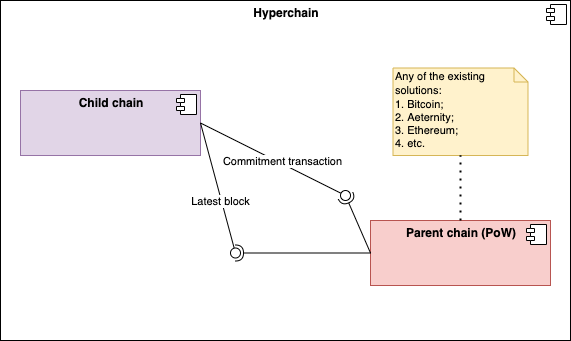
This is images/HyperchainComponent.png from aeternity/hyperchains-whitepaper, a draw.io export, as it was before one commit. Source tidied: cells renumbered, new cells last; positions are measured from the earlier drawing's top-left corner, leaving out a move shared by most shapes.
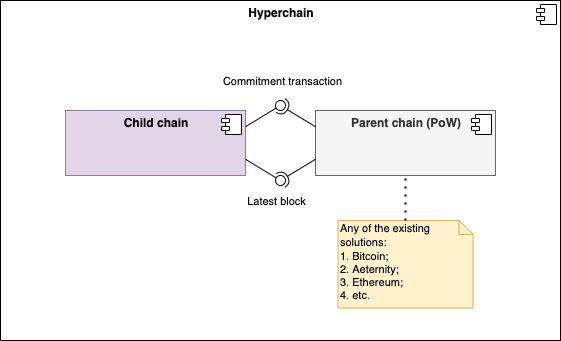
Later version of the same file.

Commit message:
Take into account notice about geometry;

Diff of the diagram source:
```diff
@@ -3,7 +3,7 @@
     <mxCell id="0" />
     <mxCell id="1" parent="0" />
     <mxCell id="2" value="&lt;p style=&quot;margin: 0px ; margin-top: 6px ; text-align: center&quot;&gt;&lt;b&gt;Hyperchain&lt;/b&gt;&lt;/p&gt;" style="align=left;overflow=fill;html=1;" parent="1" vertex="1">
-      <mxGeometry width="570" height="340" as="geometry" />
+      <mxGeometry x="5" y="40" width="560" height="340" as="geometry" />
     </mxCell>
     <mxCell id="3" style="shape=component;jettyWidth=8;jettyHeight=4;" parent="2" vertex="1">
       <mxGeometry x="1" width="20" height="20" relative="1" as="geometry">
@@ -11,50 +11,54 @@
       </mxGeometry>
     </mxCell>
     <mxCell id="4" value="&lt;p style=&quot;margin: 0px ; margin-top: 6px ; text-align: center&quot;&gt;&lt;b&gt;Child chain&lt;/b&gt;&lt;/p&gt;" style="align=left;overflow=fill;html=1;fillColor=#e1d5e7;strokeColor=#9673a6;" parent="1" vertex="1">
-      <mxGeometry x="20" y="90" width="180" height="65" as="geometry" />
+      <mxGeometry x="70" y="150" width="180" height="65" as="geometry" />
     </mxCell>
     <mxCell id="5" style="shape=component;jettyWidth=8;jettyHeight=4;" parent="4" vertex="1">
       <mxGeometry x="1" width="20" height="20" relative="1" as="geometry">
         <mxPoint x="-24" y="4" as="offset" />
       </mxGeometry>
     </mxCell>
-    <mxCell id="6" value="&lt;p style=&quot;margin: 0px ; margin-top: 6px ; text-align: center&quot;&gt;&lt;b&gt;Parent chain (PoW)&lt;/b&gt;&lt;/p&gt;" style="align=left;overflow=fill;html=1;fillColor=#f8cecc;strokeColor=#b85450;" parent="1" vertex="1">
-      <mxGeometry x="370" y="220" width="180" height="65" as="geometry" />
+    <mxCell id="6" value="&lt;p style=&quot;margin: 0px ; margin-top: 6px ; text-align: center&quot;&gt;&lt;b&gt;Parent chain (PoW)&lt;/b&gt;&lt;/p&gt;" style="align=left;overflow=fill;html=1;fillColor=#f5f5f5;strokeColor=#666666;fontColor=#333333;" parent="1" vertex="1">
+      <mxGeometry x="320" y="150" width="180" height="65" as="geometry" />
     </mxCell>
     <mxCell id="7" style="shape=component;jettyWidth=8;jettyHeight=4;" parent="6" vertex="1">
       <mxGeometry x="1" width="20" height="20" relative="1" as="geometry">
         <mxPoint x="-24" y="4" as="offset" />
       </mxGeometry>
     </mxCell>
-    <mxCell id="8" style="rounded=0;jettySize=auto;html=1;endArrow=none;endFill=0;exitX=1;exitY=0.5;exitDx=0;exitDy=0;" parent="1" edge="1" source="4" target="11">
+    <mxCell id="8" style="rounded=0;jettySize=auto;html=1;endArrow=none;endFill=0;exitX=1;exitY=0.25;exitDx=0;exitDy=0;" parent="1" edge="1" source="4" target="11">
       <mxGeometry relative="1" as="geometry" />
     </mxCell>
     <mxCell id="9" value="Commitment transaction" style="edgeLabel;html=1;align=center;verticalAlign=middle;" parent="8" vertex="1">
-      <mxGeometry x="0.14" y="2" relative="1" as="geometry" />
+      <mxGeometry x="0.14" y="2" relative="1" as="geometry">
+        <mxPoint x="19.1" y="-33.2" as="offset" />
+      </mxGeometry>
     </mxCell>
-    <mxCell id="10" style="rounded=0;jettySize=auto;html=1;endArrow=halfCircle;endFill=0;entryX=0.5;entryY=0.5;entryDx=0;entryDy=0;endSize=6;strokeWidth=1;exitX=0;exitY=0.5;exitDx=0;exitDy=0;" parent="1" edge="1" source="6" target="11">
+    <mxCell id="10" style="rounded=0;jettySize=auto;html=1;endArrow=halfCircle;endFill=0;entryX=0.5;entryY=0.5;entryDx=0;entryDy=0;endSize=6;strokeWidth=1;exitX=0;exitY=0.25;exitDx=0;exitDy=0;" parent="1" edge="1" source="6" target="11">
       <mxGeometry relative="1" as="geometry" />
     </mxCell>
     <mxCell id="11" style="ellipse;whiteSpace=wrap;html=1;fontFamily=Helvetica;fontSize=12;fontColor=#000000;align=center;strokeColor=#000000;fillColor=#ffffff;points=[];" parent="1" vertex="1">
-      <mxGeometry x="340" y="190" width="10" height="10" as="geometry" />
+      <mxGeometry x="280" y="140" width="10" height="10" as="geometry" />
     </mxCell>
     <mxCell id="12" value="&lt;div&gt;&lt;span style=&quot;font-size: 11px&quot;&gt;Any of the existing solutions:&lt;/span&gt;&lt;br&gt;&lt;/div&gt;&lt;div&gt;&lt;span style=&quot;font-size: 11px&quot;&gt;1. Bitcoin;&lt;/span&gt;&lt;br&gt;&lt;/div&gt;&lt;font style=&quot;font-size: 11px&quot;&gt;&lt;div&gt;&lt;span&gt;2. Aeternity;&lt;/span&gt;&lt;/div&gt;&lt;div&gt;&lt;span&gt;3. Ethereum;&lt;/span&gt;&lt;/div&gt;&lt;div&gt;&lt;span&gt;4. etc.&lt;/span&gt;&lt;/div&gt;&lt;/font&gt;" style="shape=note;whiteSpace=wrap;html=1;size=14;verticalAlign=top;align=left;spacingTop=-6;fillColor=#fff2cc;strokeColor=#d6b656;" parent="1" vertex="1">
-      <mxGeometry x="392.5" y="67.5" width="135" height="87.5" as="geometry" />
+      <mxGeometry x="342.5" y="260" width="135" height="87.5" as="geometry" />
     </mxCell>
-    <mxCell id="13" style="endArrow=none;dashed=1;html=1;dashPattern=1 3;strokeWidth=2;entryX=0.5;entryY=1;entryDx=0;entryDy=0;entryPerimeter=0;" parent="1" edge="1" source="6" target="12">
-      <mxGeometry relative="1" as="geometry" />
-    </mxCell>
-    <mxCell id="14" style="rounded=0;jettySize=auto;html=1;endArrow=none;endFill=0;exitX=1;exitY=0.5;exitDx=0;exitDy=0;" parent="1" edge="1" source="4" target="17">
+    <mxCell id="14" style="rounded=0;jettySize=auto;html=1;endArrow=none;endFill=0;exitX=1;exitY=0.75;exitDx=0;exitDy=0;" parent="1" edge="1" source="4" target="17">
       <mxGeometry relative="1" as="geometry" />
     </mxCell>
     <mxCell id="15" value="Latest block" style="edgeLabel;html=1;align=center;verticalAlign=middle;" parent="14" vertex="1">
-      <mxGeometry x="0.23" y="-1" relative="1" as="geometry" />
+      <mxGeometry x="0.23" y="-1" relative="1" as="geometry">
+        <mxPoint x="12.7" y="29" as="offset" />
+      </mxGeometry>
     </mxCell>
-    <mxCell id="16" style="rounded=0;jettySize=auto;html=1;endArrow=halfCircle;endFill=0;entryX=0.5;entryY=0.5;entryDx=0;entryDy=0;endSize=6;strokeWidth=1;exitX=0;exitY=0.5;exitDx=0;exitDy=0;" parent="1" edge="1" source="6" target="17">
+    <mxCell id="16" style="rounded=0;jettySize=auto;html=1;endArrow=halfCircle;endFill=0;entryX=0.5;entryY=0.5;entryDx=0;entryDy=0;endSize=6;strokeWidth=1;exitX=0;exitY=0.75;exitDx=0;exitDy=0;" parent="1" edge="1" source="6" target="17">
       <mxGeometry relative="1" as="geometry" />
     </mxCell>
     <mxCell id="17" style="ellipse;whiteSpace=wrap;html=1;fontFamily=Helvetica;fontSize=12;fontColor=#000000;align=center;strokeColor=#000000;fillColor=#ffffff;points=[];" parent="1" vertex="1">
-      <mxGeometry x="230" y="247.5" width="10" height="10" as="geometry" />
+      <mxGeometry x="280" y="215" width="10" height="10" as="geometry" />
     </mxCell>
+    <mxCell id="18" style="endArrow=none;dashed=1;html=1;dashPattern=1 3;strokeWidth=2;entryX=0.5;entryY=1;entryDx=0;entryDy=0;exitX=0.5;exitY=0;exitDx=0;exitDy=0;exitPerimeter=0;" parent="1" edge="1" source="12" target="6">
+      <mxGeometry relative="1" as="geometry" />
+    </mxCell>
   </root>
 </mxGraphModel>
```
